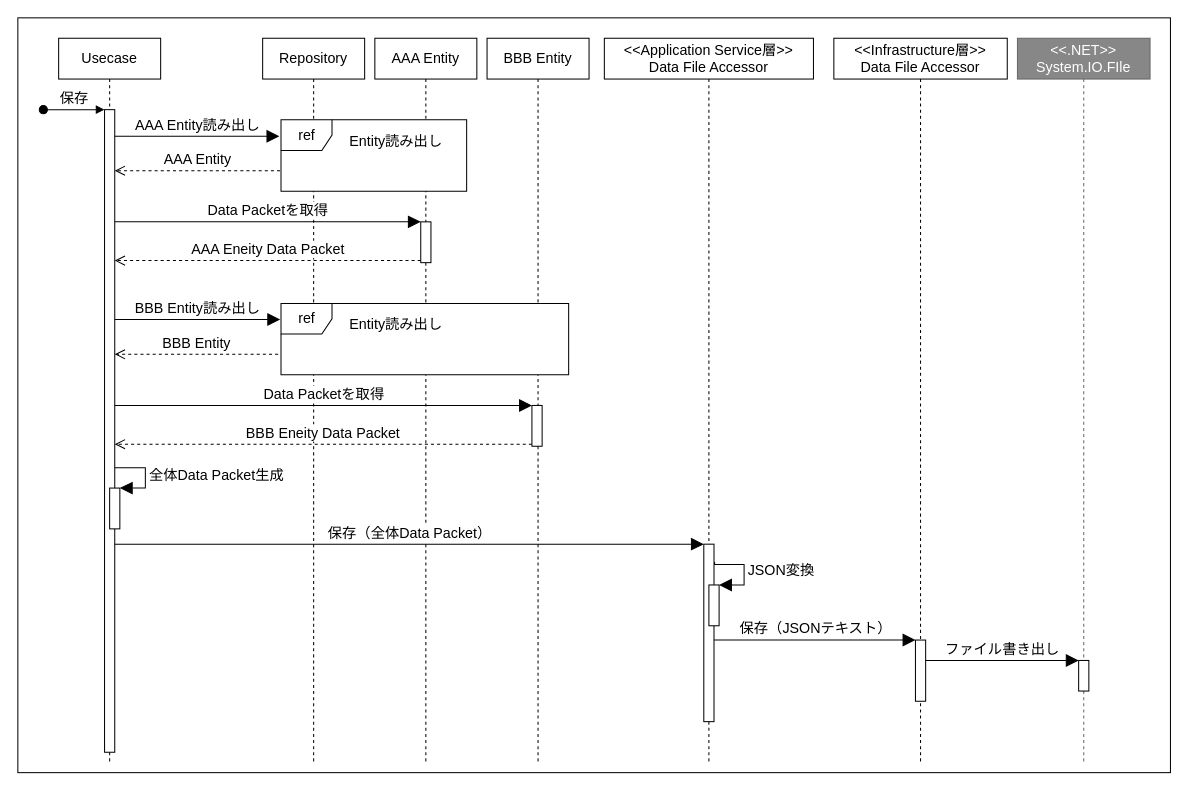
Above: page "設定データファイル保存シーケンス" (10 of 11) of Documents/Design/Figures.drawio in bosssanovar/WindowsApp_Template_202404 (draw.io), before the change. Source tidied: cells renumbered, new cells numbered last; positions are measured from the earlier drawing's top-left corner, leaving out a move shared by most shapes. Both pictures are drawn from the tidied source at 102%, with x=0, y=0 at pixel (17, 17).
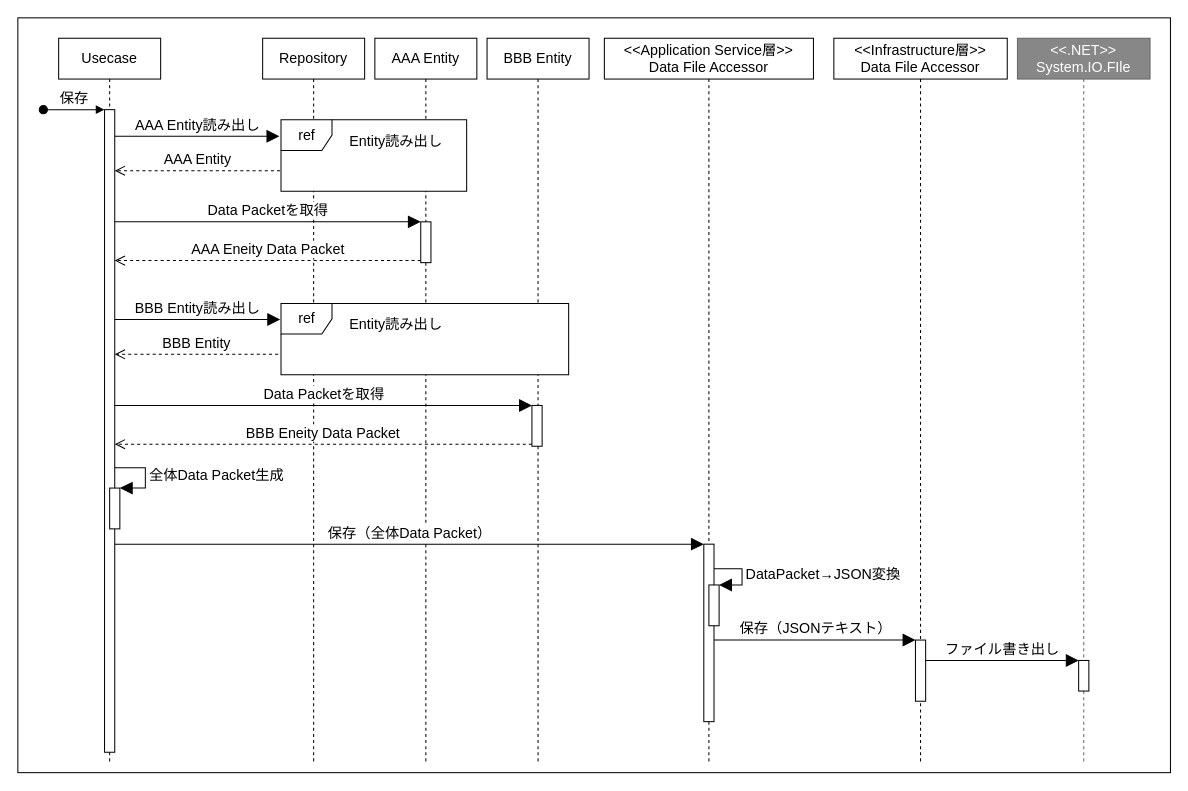
After the change.

The change refers to these unchanged cells:
```xml
<mxCell id="13" value="&amp;lt;&amp;lt;Application Service層&amp;gt;&amp;gt;&lt;br&gt;Data File Accessor" style="shape=umlLifeline;perimeter=lifelinePerimeter;whiteSpace=wrap;html=1;strokeColor=#000000;strokeWidth=1;fontSize=14;fontColor=#000000;fillColor=#FFFFFF;" parent="1" vertex="1">
  <mxGeometry x="575" y="20" width="205" height="710" as="geometry" />
</mxCell>
<mxCell id="14" style="html=1;points=[];perimeter=orthogonalPerimeter;strokeColor=#000000;strokeWidth=1;fontSize=14;fontColor=#000000;fillColor=default;" parent="13" vertex="1">
  <mxGeometry x="97.5" y="496" width="10" height="174" as="geometry" />
</mxCell>
<mxCell id="15" style="html=1;points=[];perimeter=orthogonalPerimeter;strokeColor=#000000;strokeWidth=1;fontSize=14;fontColor=#000000;fillColor=default;" parent="13" vertex="1">
  <mxGeometry x="102.5" y="536" width="10" height="40" as="geometry" />
</mxCell>
```

What changed in the source:
```diff
@@
-    <mxCell id="16" value="JSON変換" style="edgeStyle=orthogonalEdgeStyle;html=1;align=left;spacingLeft=2;endArrow=block;rounded=0;entryX=1;entryY=0;strokeWidth=1;fontSize=14;fontColor=#000000;startSize=6;endSize=10;exitX=1.064;exitY=0.1;exitDx=0;exitDy=0;exitPerimeter=0;" parent="13" edge="1" source="14" target="15">
+    <mxCell id="16" value="DataPacket→JSON変換" style="edgeStyle=orthogonalEdgeStyle;html=1;align=left;spacingLeft=2;endArrow=block;rounded=0;entryX=1;entryY=0;strokeWidth=1;fontSize=14;fontColor=#000000;startSize=6;endSize=10;" parent="13" edge="1" source="14" target="15">
       <mxGeometry relative="1" as="geometry">
         <Array as="points">
-          <mxPoint x="108" y="516" />
-          <mxPoint x="137" y="516" />
-          <mxPoint x="137" y="536" />
+          <mxPoint x="135" y="520" />
+          <mxPoint x="135" y="536" />
         </Array>
       </mxGeometry>
     </mxCell>
```
